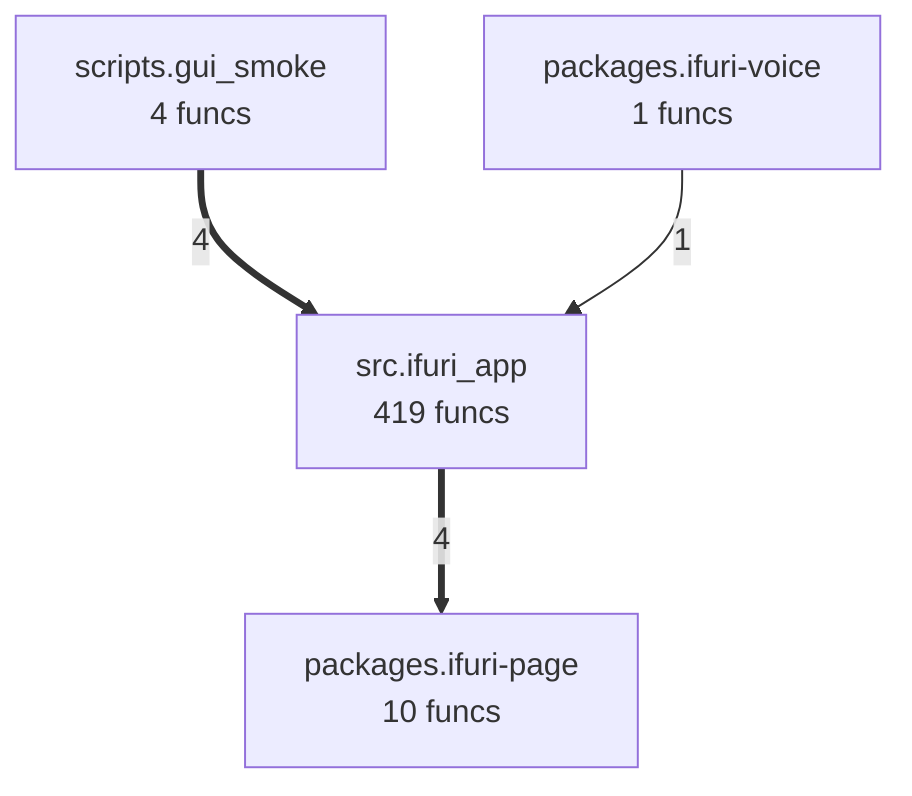
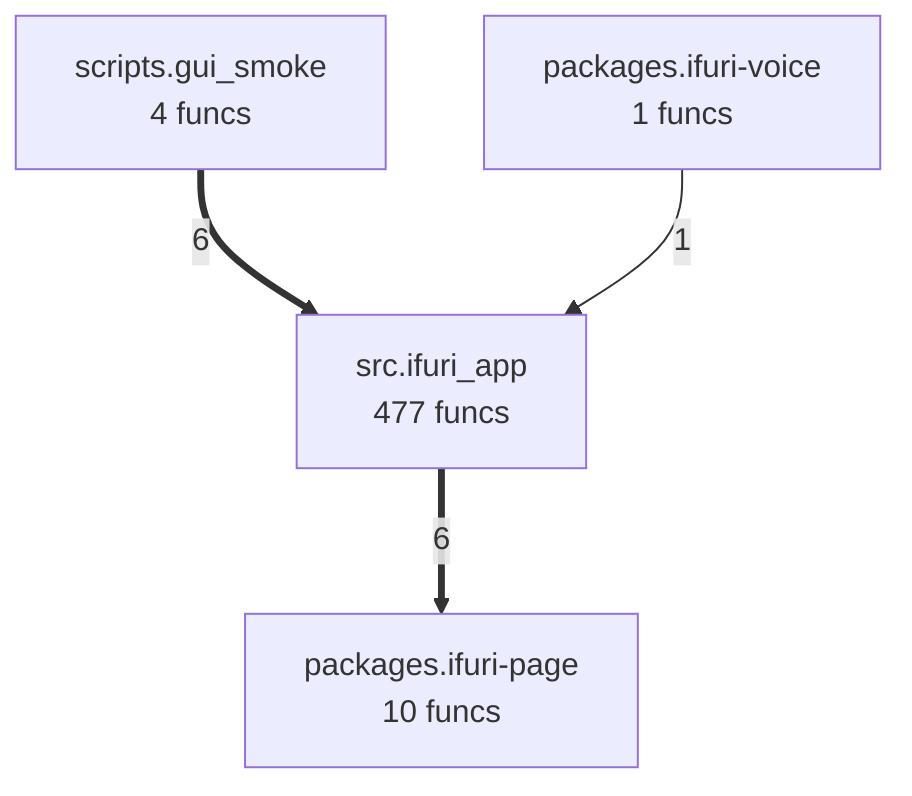
flowchart TD
- %% generated in 0.02s
+ %% generated in 0.01s
    packages__ifuri_page["packages.ifuri-page<br/>10 funcs"]
    packages__ifuri_voice["packages.ifuri-voice<br/>1 funcs"]
    scripts__gui_smoke["scripts.gui_smoke<br/>4 funcs"]
-     src__ifuri_app["src.ifuri_app<br/>419 funcs"]
-     src__ifuri_app ==>|4| packages__ifuri_page
-     scripts__gui_smoke ==>|4| src__ifuri_app
+     src__ifuri_app["src.ifuri_app<br/>477 funcs"]
+     src__ifuri_app ==>|6| packages__ifuri_page
+     scripts__gui_smoke ==>|6| src__ifuri_app
    packages__ifuri_voice -->|1| src__ifuri_app
